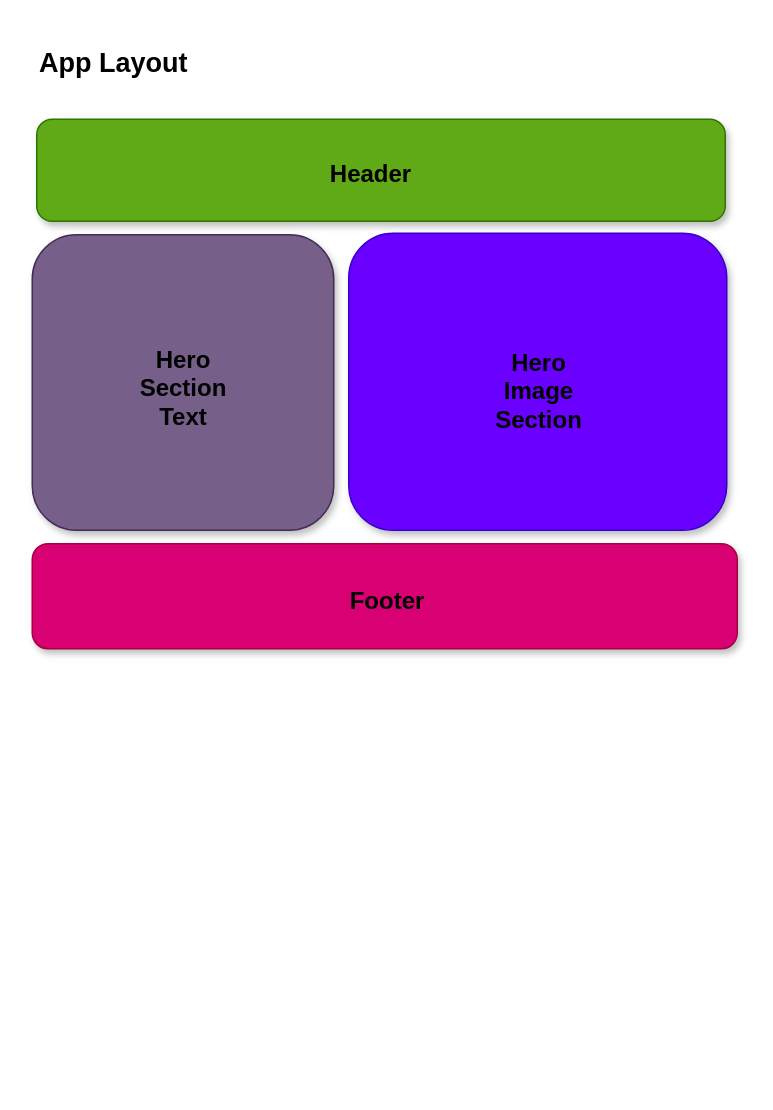
Before: docs/diagram.drawio in mackson/portfolio-app, a draw.io diagram. Source tidied: cells renumbered, new cells numbered last; positions are measured from the earlier drawing's top-left corner, leaving out a move shared by most shapes. Both pictures are drawn from the tidied source at 150%, with x=0, y=0 at pixel (32, 40).
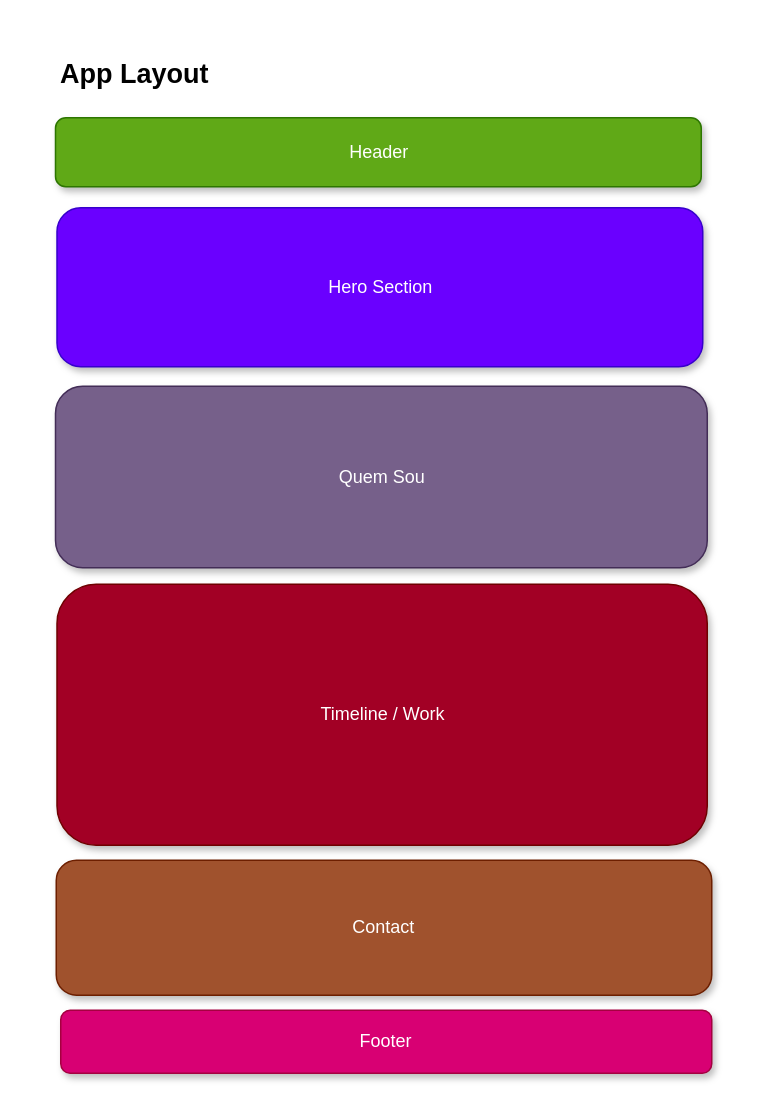
The same diagram, later.

Diff of the diagram source:
```diff
@@
 <mxGraphModel>
   <root>
     <mxCell id="0" />
     <mxCell id="1" parent="0" />
-    <mxCell id="2" style="rounded=1;whiteSpace=wrap;html=1;fillColor=#60a917;fontColor=#ffffff;strokeColor=#2D7600;shadow=1;" parent="1" vertex="1">
-      <mxGeometry x="3" y="52" width="459" height="68" as="geometry" />
+    <mxCell id="2" value="Header" style="rounded=1;whiteSpace=wrap;html=1;fillColor=#60a917;fontColor=#ffffff;strokeColor=#2D7600;shadow=1;" parent="1" vertex="1">
+      <mxGeometry x="15.5" y="51" width="430.5" height="46" as="geometry" />
     </mxCell>
-    <mxCell id="3" value="&lt;b&gt;&lt;font style=&quot;font-size: 16px;&quot;&gt;Header&lt;/font&gt;&lt;/b&gt;" style="text;html=1;strokeColor=none;fillColor=none;align=center;verticalAlign=middle;whiteSpace=wrap;rounded=1;" parent="1" vertex="1">
-      <mxGeometry x="196" y="73" width="60" height="30" as="geometry" />
-    </mxCell>
-    <mxCell id="4" style="rounded=1;whiteSpace=wrap;html=1;fillColor=#6a00ff;fontColor=#ffffff;strokeColor=#3700CC;shadow=1;gradientColor=none;" parent="1" vertex="1">
-      <mxGeometry x="211" y="128" width="252" height="198" as="geometry" />
+    <mxCell id="4" value="Hero Section" style="rounded=1;whiteSpace=wrap;html=1;fillColor=#6a00ff;fontColor=#ffffff;strokeColor=#3700CC;shadow=1;gradientColor=none;" parent="1" vertex="1">
+      <mxGeometry x="16.5" y="111" width="430.5" height="106" as="geometry" />
     </mxCell>
-    <mxCell id="5" style="rounded=1;whiteSpace=wrap;html=1;fillColor=#d80073;fontColor=#ffffff;strokeColor=#A50040;shadow=1;" parent="1" vertex="1">
-      <mxGeometry y="335" width="470" height="70" as="geometry" />
+    <mxCell id="5" value="Footer" style="rounded=1;whiteSpace=wrap;html=1;fillColor=#d80073;fontColor=#ffffff;strokeColor=#A50040;shadow=1;" parent="1" vertex="1">
+      <mxGeometry x="19" y="646" width="434" height="42" as="geometry" />
     </mxCell>
-    <mxCell id="6" value="&lt;font style=&quot;font-size: 16px;&quot;&gt;&lt;b&gt;Footer&lt;/b&gt;&lt;/font&gt;" style="text;html=1;strokeColor=none;fillColor=none;align=center;verticalAlign=middle;whiteSpace=wrap;rounded=1;" parent="1" vertex="1">
-      <mxGeometry x="206.5" y="358" width="60" height="30" as="geometry" />
-    </mxCell>
     <mxCell id="7" value="&lt;h2&gt;App Layout&lt;/h2&gt;" style="text;html=1;strokeColor=none;fillColor=none;align=left;verticalAlign=middle;whiteSpace=wrap;rounded=1;" parent="1" vertex="1">
-      <mxGeometry x="3" width="190" height="30" as="geometry" />
+      <mxGeometry x="16.5" y="7" width="190" height="30" as="geometry" />
     </mxCell>
-    <mxCell id="8" style="rounded=1;whiteSpace=wrap;html=1;fillColor=#76608a;fontColor=#ffffff;strokeColor=#432D57;shadow=1;" parent="1" vertex="1">
-      <mxGeometry y="129" width="201" height="197" as="geometry" />
+    <mxCell id="8" value="Quem Sou" style="rounded=1;whiteSpace=wrap;html=1;fillColor=#76608a;fontColor=#ffffff;strokeColor=#432D57;shadow=1;" parent="1" vertex="1">
+      <mxGeometry x="15.5" y="230" width="434.5" height="121" as="geometry" />
     </mxCell>
-    <mxCell id="9" value="&lt;font style=&quot;font-size: 16px;&quot;&gt;&lt;b&gt;Hero Section Text&lt;/b&gt;&lt;/font&gt;" style="text;html=1;strokeColor=none;fillColor=none;align=center;verticalAlign=middle;whiteSpace=wrap;rounded=1;" parent="1" vertex="1">
-      <mxGeometry x="70.5" y="216" width="60" height="30" as="geometry" />
-    </mxCell>
-    <mxCell id="10" value="&lt;font style=&quot;font-size: 16px;&quot;&gt;&lt;b&gt;Hero Image Section&lt;/b&gt;&lt;/font&gt;" style="text;html=1;strokeColor=none;fillColor=none;align=center;verticalAlign=middle;whiteSpace=wrap;rounded=1;" parent="1" vertex="1">
-      <mxGeometry x="308" y="218" width="60" height="30" as="geometry" />
-    </mxCell>
+    <mxCell id="11" value="Contact" style="rounded=1;whiteSpace=wrap;html=1;fillColor=#a0522d;fontColor=#ffffff;strokeColor=#6D1F00;shadow=1;" parent="1" vertex="1">
+      <mxGeometry x="16" y="546" width="437" height="90" as="geometry" />
+    </mxCell>
+    <mxCell id="12" value="Timeline / Work" style="rounded=1;whiteSpace=wrap;html=1;fillColor=#a20025;strokeColor=#6F0000;shadow=1;fontColor=#ffffff;" parent="1" vertex="1">
+      <mxGeometry x="16.5" y="362" width="433.5" height="174" as="geometry" />
+    </mxCell>
   </root>
 </mxGraphModel>
```
